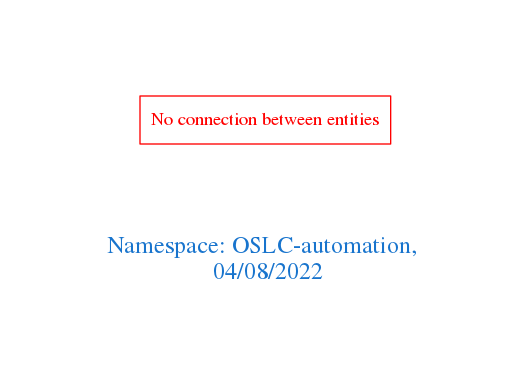
Earlier version of the Graphviz export downloads/OSLC-automation.png (arago/OGIT). Its source is kept beside it as downloads/OSLC-automation.dot.
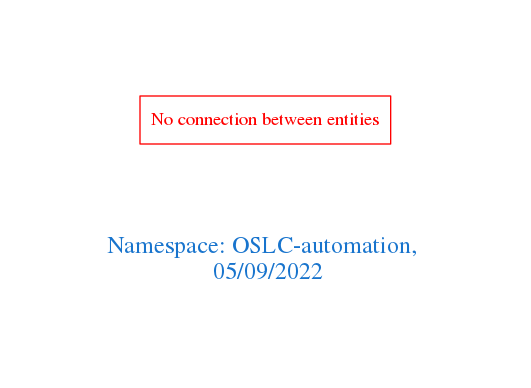
Later version of the same file.

What changed in the source:
```diff
@@ -1,7 +1,7 @@
 digraph OGIT_ontology {
  graph [ rankdir= LR,pad=1
 fontsize = 18,
-fontcolor= dodgerblue3,label = "\n\n\nNamespace: OSLC-automation, \n 04/08/2022"];
+fontcolor= dodgerblue3,label = "\n\n\nNamespace: OSLC-automation, \n 05/09/2022"];
 node[shape=polygon];
 edge [  color="gray81"];
 
```
